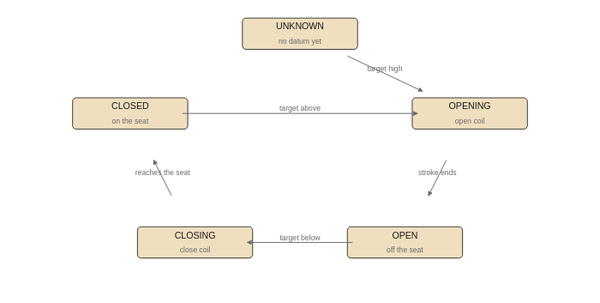
Above: images/logic/block_Actuator.drawio.svg in pstch/botanik2 (draw.io), before the change. Source tidied: cells renumbered, new cells last; positions are measured from the earlier drawing's top-left corner, leaving out a move shared by most shapes. Its diagram source:
```xml
<mxGraphModel>
  <root>
    <mxCell id="0" />
    <mxCell id="1" parent="0" />
    <mxCell id="2" value="UNKNOWN" style="rounded=1;fillColor=#f0dfbe;strokeColor=#1a1a1a;whiteSpace=wrap;html=1;fontSize=8;" parent="1" vertex="1">
      <mxGeometry x="142" width="96" height="26" as="geometry" />
    </mxCell>
    <mxCell id="3" value="OPENING" style="rounded=1;fillColor=#f0dfbe;strokeColor=#1a1a1a;whiteSpace=wrap;html=1;fontSize=8;" parent="1" vertex="1">
      <mxGeometry x="283.5" y="66.3" width="96" height="26" as="geometry" />
    </mxCell>
    <mxCell id="4" value="OPEN" style="rounded=1;fillColor=#f0dfbe;strokeColor=#1a1a1a;whiteSpace=wrap;html=1;fontSize=8;" parent="1" vertex="1">
      <mxGeometry x="229.5" y="173.7" width="96" height="26" as="geometry" />
    </mxCell>
    <mxCell id="5" value="CLOSING" style="rounded=1;fillColor=#f0dfbe;strokeColor=#1a1a1a;whiteSpace=wrap;html=1;fontSize=8;" parent="1" vertex="1">
      <mxGeometry x="54.5" y="173.7" width="96" height="26" as="geometry" />
    </mxCell>
    <mxCell id="6" value="CLOSED" style="rounded=1;fillColor=#f0dfbe;strokeColor=#1a1a1a;whiteSpace=wrap;html=1;fontSize=8;" parent="1" vertex="1">
      <mxGeometry x="0.5" y="66.3" width="96" height="26" as="geometry" />
    </mxCell>
    <mxCell id="7" value="target high" style="edgeStyle=none;html=1;strokeColor=#6b6b6b;endArrow=block;" parent="1" edge="1">
      <mxGeometry relative="1" as="geometry">
        <mxPoint x="229.5" y="31.5" as="sourcePoint" />
        <mxPoint x="292" y="60.8" as="targetPoint" />
      </mxGeometry>
    </mxCell>
    <mxCell id="8" value="stroke ends" style="edgeStyle=none;html=1;strokeColor=#6b6b6b;endArrow=block;" parent="1" edge="1">
      <mxGeometry relative="1" as="geometry">
        <mxPoint x="311.9" y="118.3" as="sourcePoint" />
        <mxPoint x="297.1" y="147.7" as="targetPoint" />
      </mxGeometry>
    </mxCell>
    <mxCell id="9" value="target below" style="edgeStyle=none;html=1;strokeColor=#6b6b6b;endArrow=block;" parent="1" edge="1">
      <mxGeometry relative="1" as="geometry">
        <mxPoint x="233.8" y="186.7" as="sourcePoint" />
        <mxPoint x="146.2" y="186.7" as="targetPoint" />
      </mxGeometry>
    </mxCell>
    <mxCell id="10" value="reaches the seat" style="edgeStyle=none;html=1;strokeColor=#6b6b6b;endArrow=block;" parent="1" edge="1">
      <mxGeometry relative="1" as="geometry">
        <mxPoint x="82.9" y="147.7" as="sourcePoint" />
        <mxPoint x="68.1" y="118.3" as="targetPoint" />
      </mxGeometry>
    </mxCell>
    <mxCell id="11" value="target above" style="edgeStyle=none;html=1;strokeColor=#6b6b6b;endArrow=block;" parent="1" edge="1">
      <mxGeometry relative="1" as="geometry">
        <mxPoint x="92.1" y="79.3" as="sourcePoint" />
        <mxPoint x="287.9" y="79.3" as="targetPoint" />
      </mxGeometry>
    </mxCell>
  </root>
</mxGraphModel>
```
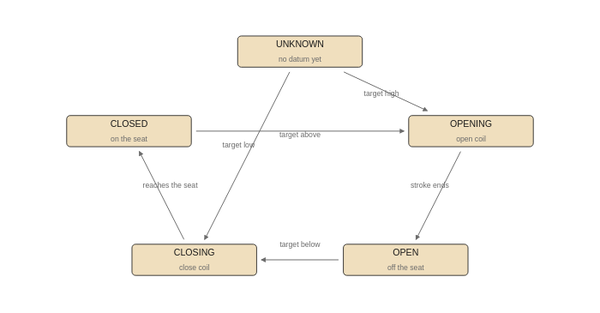
Later version of the same file.

Change to the diagram source:
```diff
@@ -3,49 +3,73 @@
     <mxCell id="0" />
     <mxCell id="1" parent="0" />
     <mxCell id="2" value="UNKNOWN" style="rounded=1;fillColor=#f0dfbe;strokeColor=#1a1a1a;whiteSpace=wrap;html=1;fontSize=8;" parent="1" vertex="1">
-      <mxGeometry x="142" width="96" height="26" as="geometry" />
+      <mxGeometry x="138" y="15" width="104" height="26" as="geometry" />
     </mxCell>
     <mxCell id="3" value="OPENING" style="rounded=1;fillColor=#f0dfbe;strokeColor=#1a1a1a;whiteSpace=wrap;html=1;fontSize=8;" parent="1" vertex="1">
-      <mxGeometry x="283.5" y="66.3" width="96" height="26" as="geometry" />
+      <mxGeometry x="280.7" y="81.3" width="104" height="26" as="geometry" />
     </mxCell>
     <mxCell id="4" value="OPEN" style="rounded=1;fillColor=#f0dfbe;strokeColor=#1a1a1a;whiteSpace=wrap;html=1;fontSize=8;" parent="1" vertex="1">
-      <mxGeometry x="229.5" y="173.7" width="96" height="26" as="geometry" />
+      <mxGeometry x="226.2" y="188.7" width="104" height="26" as="geometry" />
     </mxCell>
     <mxCell id="5" value="CLOSING" style="rounded=1;fillColor=#f0dfbe;strokeColor=#1a1a1a;whiteSpace=wrap;html=1;fontSize=8;" parent="1" vertex="1">
-      <mxGeometry x="54.5" y="173.7" width="96" height="26" as="geometry" />
+      <mxGeometry x="49.8" y="188.7" width="104" height="26" as="geometry" />
     </mxCell>
     <mxCell id="6" value="CLOSED" style="rounded=1;fillColor=#f0dfbe;strokeColor=#1a1a1a;whiteSpace=wrap;html=1;fontSize=8;" parent="1" vertex="1">
-      <mxGeometry x="0.5" y="66.3" width="96" height="26" as="geometry" />
+      <mxGeometry x="-4.7" y="81.3" width="104" height="26" as="geometry" />
     </mxCell>
-    <mxCell id="7" value="target high" style="edgeStyle=none;html=1;strokeColor=#6b6b6b;endArrow=block;" parent="1" edge="1">
+    <mxCell id="7" style="edgeStyle=none;html=1;strokeColor=#6b6b6b;endArrow=block;" parent="1" edge="1">
       <mxGeometry relative="1" as="geometry">
-        <mxPoint x="229.5" y="31.5" as="sourcePoint" />
-        <mxPoint x="292" y="60.8" as="targetPoint" />
+        <mxPoint x="226.6" y="45" as="sourcePoint" />
+        <mxPoint x="296.1" y="77.3" as="targetPoint" />
       </mxGeometry>
     </mxCell>
+    <mxCell id="12" value="target high" style="text;html=1;fontSize=6;fontColor=#6b6b6b;align=center;" parent="1" vertex="1">
+      <mxGeometry x="258" y="59.2" width="55" height="10.2" as="geometry" />
+    </mxCell>
+    <mxCell id="9" style="edgeStyle=none;html=1;strokeColor=#6b6b6b;endArrow=block;" parent="1" edge="1">
+      <mxGeometry relative="1" as="geometry">
+        <mxPoint x="181.4" y="45" as="sourcePoint" />
+        <mxPoint x="110.5" y="184.7" as="targetPoint" />
+      </mxGeometry>
+    </mxCell>
+    <mxCell id="13" value="target low" style="text;html=1;fontSize=6;fontColor=#6b6b6b;align=center;" parent="1" vertex="1">
+      <mxGeometry x="138.8" y="102" width="50" height="10.2" as="geometry" />
+    </mxCell>
+    <mxCell id="11" style="edgeStyle=none;html=1;strokeColor=#6b6b6b;endArrow=block;" parent="1" edge="1">
+      <mxGeometry relative="1" as="geometry">
+        <mxPoint x="324" y="111.3" as="sourcePoint" />
+        <mxPoint x="286.8" y="184.7" as="targetPoint" />
+      </mxGeometry>
+    </mxCell>
-    <mxCell id="8" value="stroke ends" style="edgeStyle=none;html=1;strokeColor=#6b6b6b;endArrow=block;" parent="1" edge="1">
-      <mxGeometry relative="1" as="geometry">
-        <mxPoint x="311.9" y="118.3" as="sourcePoint" />
-        <mxPoint x="297.1" y="147.7" as="targetPoint" />
-      </mxGeometry>
+    <mxCell id="8" value="stroke ends" style="text;html=1;fontSize=6;fontColor=#6b6b6b;align=center;" parent="1" vertex="1">
+      <mxGeometry x="298.3" y="135.2" width="55" height="10.2" as="geometry" />
     </mxCell>
-    <mxCell id="9" value="target below" style="edgeStyle=none;html=1;strokeColor=#6b6b6b;endArrow=block;" parent="1" edge="1">
-      <mxGeometry relative="1" as="geometry">
-        <mxPoint x="233.8" y="186.7" as="sourcePoint" />
-        <mxPoint x="146.2" y="186.7" as="targetPoint" />
-      </mxGeometry>
-    </mxCell>
+    <mxCell id="14" style="edgeStyle=none;html=1;strokeColor=#6b6b6b;endArrow=block;" parent="1" edge="1">
+      <mxGeometry relative="1" as="geometry">
+        <mxPoint x="222.2" y="201.7" as="sourcePoint" />
+        <mxPoint x="157.8" y="201.7" as="targetPoint" />
+      </mxGeometry>
+    </mxCell>
+    <mxCell id="15" value="target below" style="text;html=1;fontSize=6;fontColor=#6b6b6b;align=center;" parent="1" vertex="1">
+      <mxGeometry x="190" y="184.5" width="60" height="10.2" as="geometry" />
+    </mxCell>
+    <mxCell id="16" style="edgeStyle=none;html=1;strokeColor=#6b6b6b;endArrow=block;" parent="1" edge="1">
+      <mxGeometry relative="1" as="geometry">
+        <mxPoint x="93.2" y="184.7" as="sourcePoint" />
+        <mxPoint x="56" y="111.3" as="targetPoint" />
+      </mxGeometry>
+    </mxCell>
-    <mxCell id="10" value="reaches the seat" style="edgeStyle=none;html=1;strokeColor=#6b6b6b;endArrow=block;" parent="1" edge="1">
-      <mxGeometry relative="1" as="geometry">
-        <mxPoint x="82.9" y="147.7" as="sourcePoint" />
-        <mxPoint x="68.1" y="118.3" as="targetPoint" />
-      </mxGeometry>
+    <mxCell id="10" value="reaches the seat" style="text;html=1;fontSize=6;fontColor=#6b6b6b;align=center;" parent="1" vertex="1">
+      <mxGeometry x="81.7" y="135.2" width="80" height="10.2" as="geometry" />
     </mxCell>
-    <mxCell id="11" value="target above" style="edgeStyle=none;html=1;strokeColor=#6b6b6b;endArrow=block;" parent="1" edge="1">
-      <mxGeometry relative="1" as="geometry">
-        <mxPoint x="92.1" y="79.3" as="sourcePoint" />
-        <mxPoint x="287.9" y="79.3" as="targetPoint" />
-      </mxGeometry>
-    </mxCell>
+    <mxCell id="17" style="edgeStyle=none;html=1;strokeColor=#6b6b6b;endArrow=block;" parent="1" edge="1">
+      <mxGeometry relative="1" as="geometry">
+        <mxPoint x="103.3" y="94.3" as="sourcePoint" />
+        <mxPoint x="276.7" y="94.3" as="targetPoint" />
+      </mxGeometry>
+    </mxCell>
+    <mxCell id="18" value="target above" style="text;html=1;fontSize=6;fontColor=#6b6b6b;align=center;" parent="1" vertex="1">
+      <mxGeometry x="190" y="93.1" width="60" height="10.2" as="geometry" />
+    </mxCell>
   </root>
 </mxGraphModel>
```
